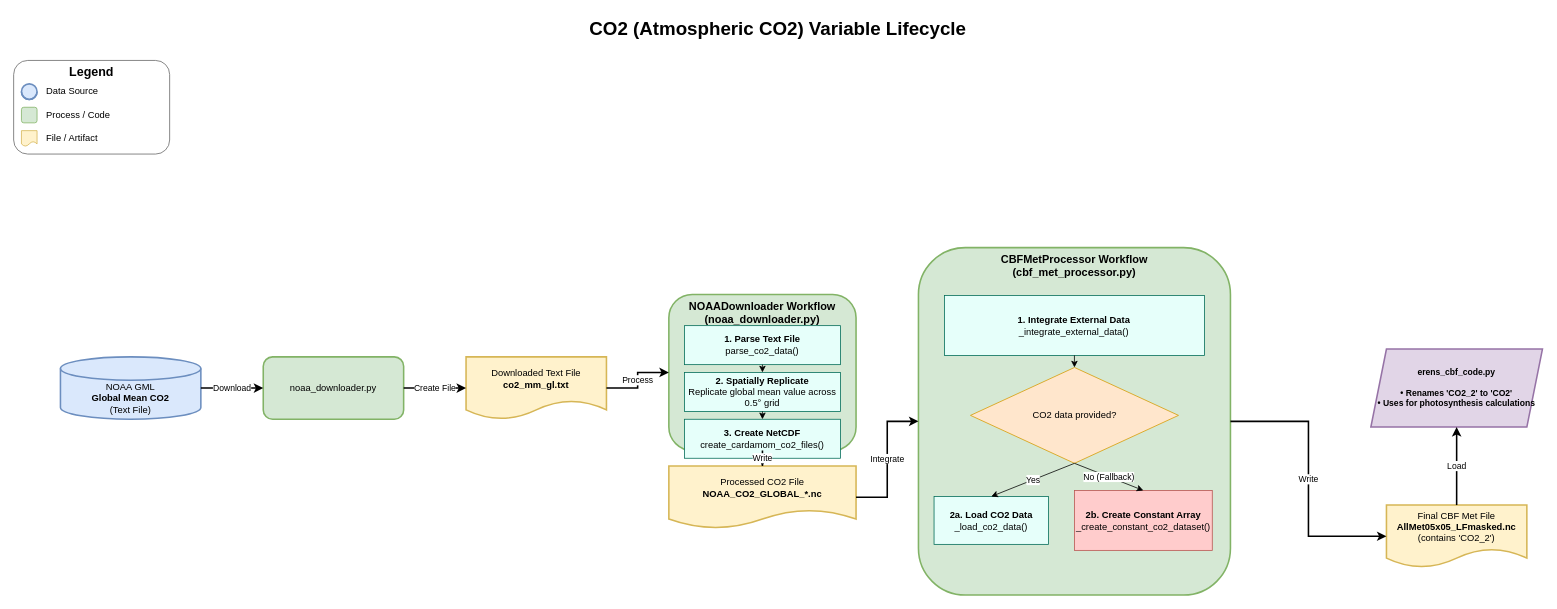
Before: plans/co2-lifecycle.xml.drawio in JPL-MGHG/cardamom-preprocessor, a draw.io diagram. Source tidied: cells renumbered, new cells numbered last; positions are measured from the earlier drawing's top-left corner, leaving out a move shared by most shapes. Both pictures are drawn from the tidied source at 78%, with x=0, y=0 at pixel (13, 13).
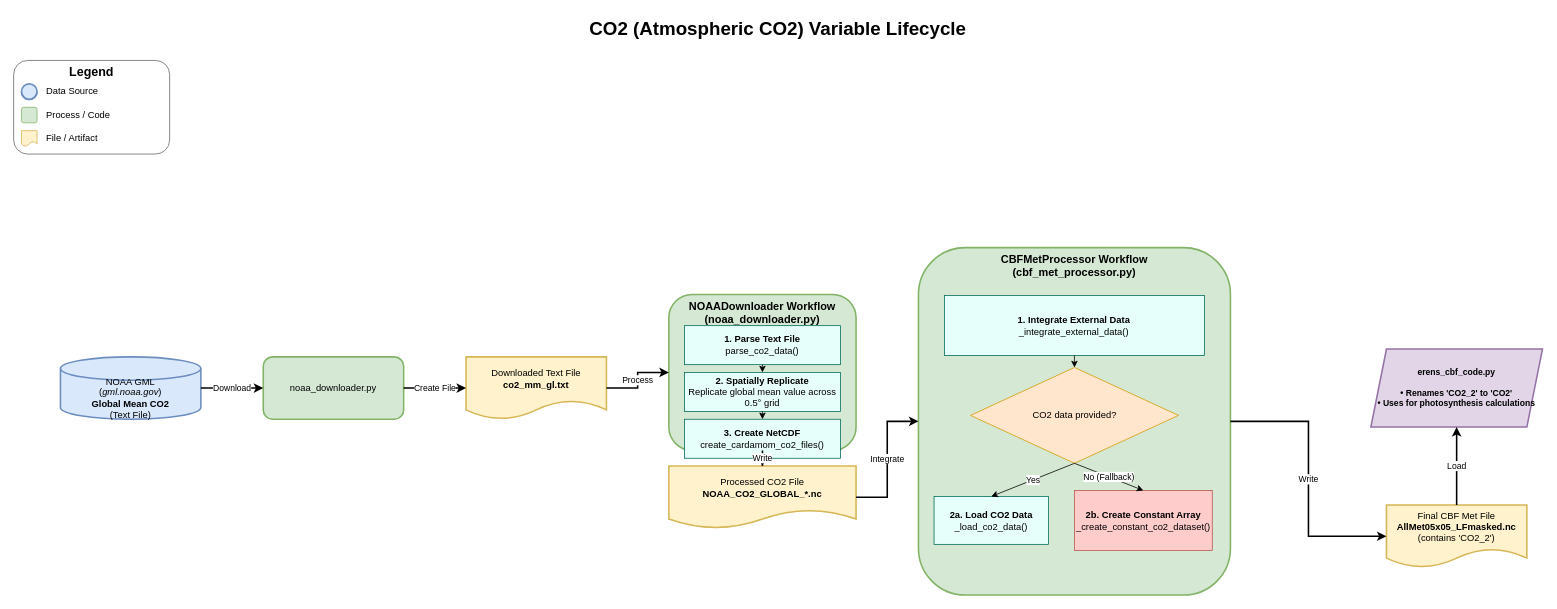
Above is the later version.

The edit, as a diff of the source:
```diff
@@
-    <mxCell id="11" value="NOAA GML&lt;br&gt;&lt;b&gt;Global Mean CO2&lt;/b&gt;&lt;br&gt;(Text File)" style="shape=cylinder3;whiteSpace=wrap;html=1;boundedLbl=1;backgroundOutline=1;size=15;strokeWidth=2;fontSize=12;fontStyle=0;fillColor=#dae8fc;strokeColor=#6c8ebf;" parent="1" vertex="1">
+    <mxCell id="11" value="NOAA GML&lt;br&gt;(&lt;i&gt;gml.noaa.gov&lt;/i&gt;)&lt;br&gt;&lt;b&gt;Global Mean CO2&lt;/b&gt;&lt;br&gt;(Text File)" style="shape=cylinder3;whiteSpace=wrap;html=1;boundedLbl=1;backgroundOutline=1;size=15;strokeWidth=2;fontSize=12;fontStyle=0;fillColor=#dae8fc;strokeColor=#6c8ebf;" parent="1" vertex="1">
       <mxGeometry x="60" y="440" width="180" height="80" as="geometry" />
     </mxCell>
```
